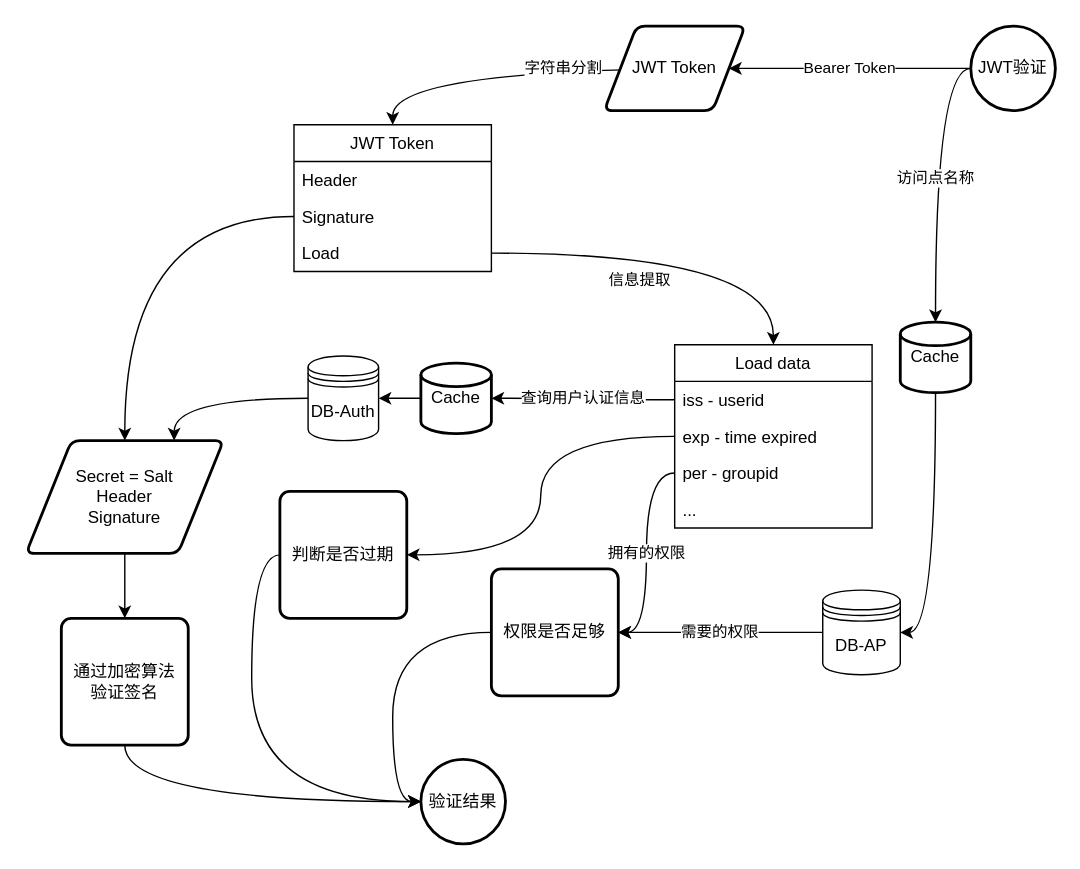
Above: doc/JWT验证.drawio in guiqiqi/leaf (draw.io), before the change. Source tidied: cells renumbered, new cells numbered last; positions are measured from the earlier drawing's top-left corner, leaving out a move shared by most shapes. Both pictures are drawn from the tidied source at 141%, with x=0, y=0 at pixel (25, 25).
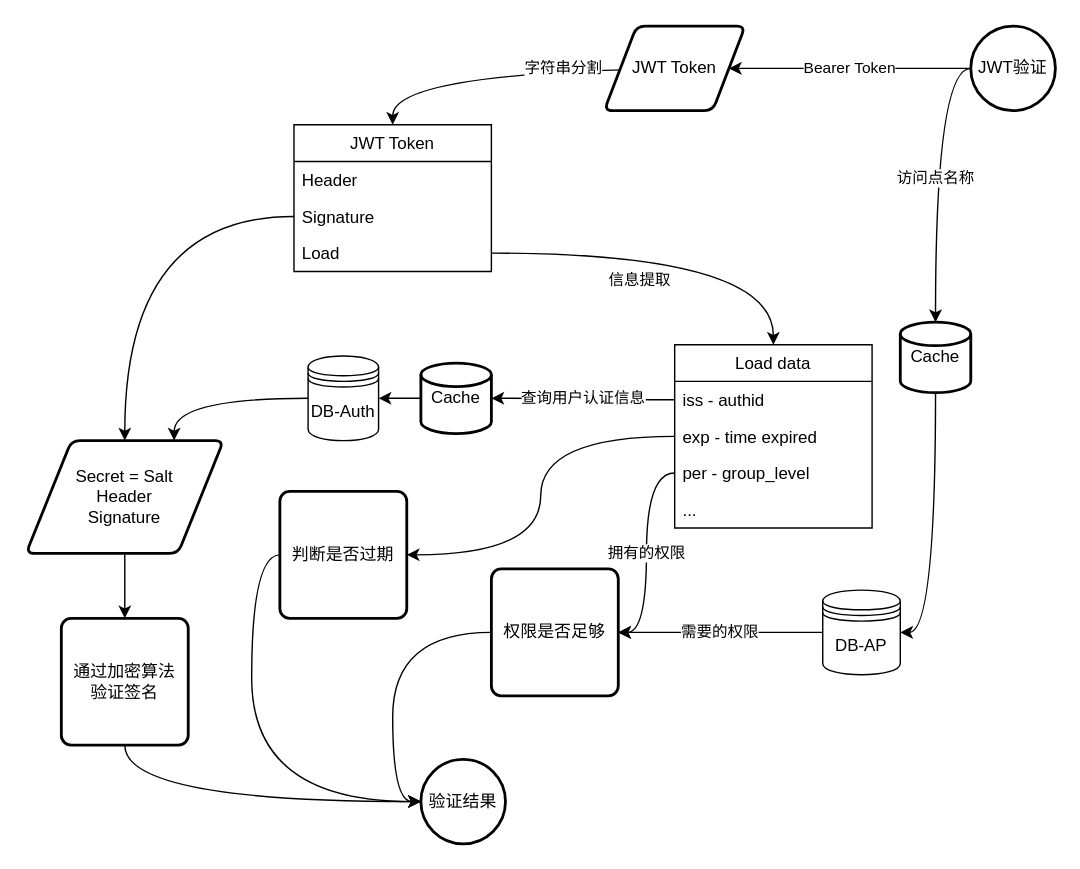
The same diagram, later.

Commit message:
修改JWT验证流程

JWT验证的权限由签发Token时的用户权限给定，减少用户组数据库查询

Unchanged cells that the change refers to:
```xml
<mxCell id="7" value="Load data" style="swimlane;fontStyle=0;horizontal=1;startSize=26;fillColor=none;" parent="6" vertex="1">
  <mxGeometry y="36" width="140" height="130" as="geometry" />
</mxCell>
```

Diff of the diagram source:
```diff
@@
-    <mxCell id="8" value="iss - userid" style="text;strokeColor=none;fillColor=none;align=left;verticalAlign=top;spacingLeft=4;spacingRight=4;overflow=hidden;points=[[0,0.5],[1,0.5]];portConstraint=eastwest;" parent="7" vertex="1">
+    <mxCell id="8" value="iss - authid" style="text;strokeColor=none;fillColor=none;align=left;verticalAlign=top;spacingLeft=4;spacingRight=4;overflow=hidden;points=[[0,0.5],[1,0.5]];portConstraint=eastwest;" parent="7" vertex="1">
       <mxGeometry y="26" width="140" height="26" as="geometry" />
     </mxCell>
@@
-    <mxCell id="10" value="per - groupid" style="text;strokeColor=none;fillColor=none;align=left;verticalAlign=top;spacingLeft=4;spacingRight=4;overflow=hidden;points=[[0,0.5],[1,0.5]];portConstraint=eastwest;" parent="7" vertex="1">
+    <mxCell id="10" value="per - group_level" style="text;strokeColor=none;fillColor=none;align=left;verticalAlign=top;spacingLeft=4;spacingRight=4;overflow=hidden;points=[[0,0.5],[1,0.5]];portConstraint=eastwest;" parent="7" vertex="1">
       <mxGeometry y="78" width="140" height="26" as="geometry" />
     </mxCell>
```
